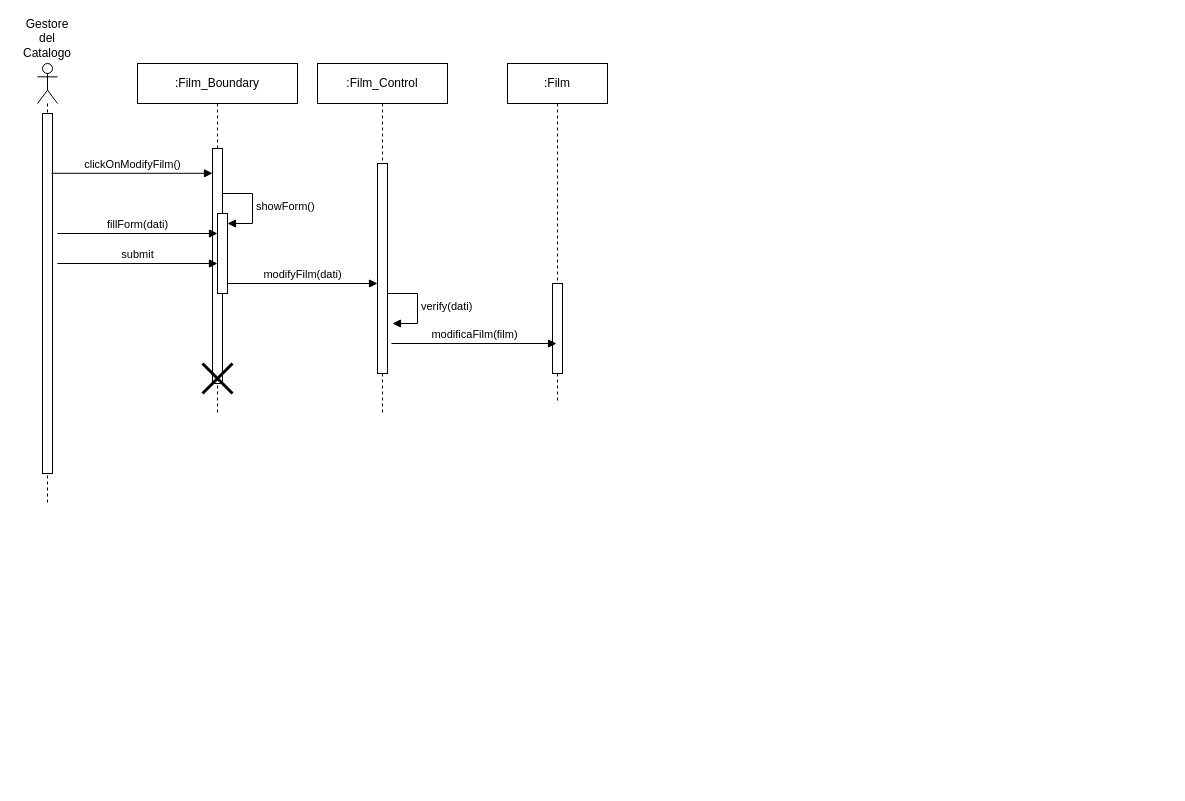
The draw.io diagram New Diagrams/Sequence Diagrams/UC22- Modifica di un film del catalogo.drawio in superfra01/Rated, before the edit. Source tidied: cells renumbered, new cells numbered last; positions are measured from the earlier drawing's top-left corner, leaving out a move shared by most shapes. Both pictures are drawn from the tidied source at 100%, with x=0, y=0 at pixel (17, 23).
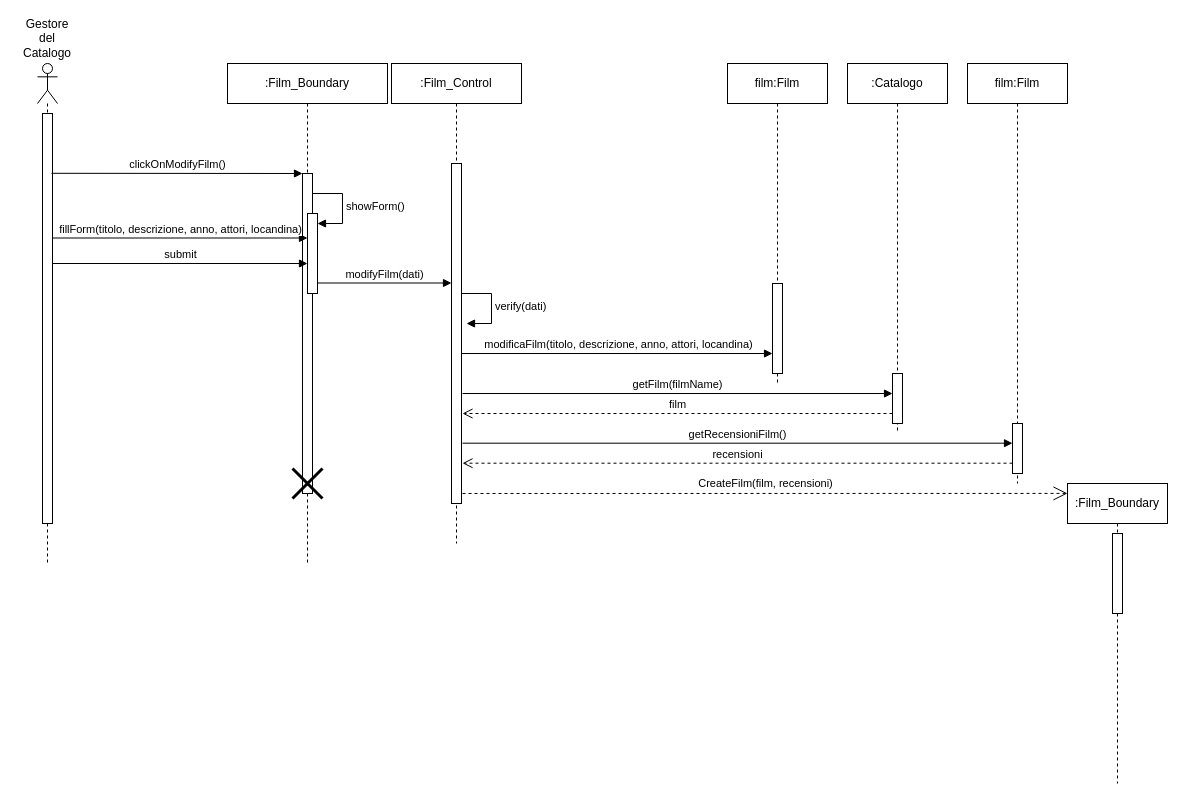
Above is the later version.

The change refers to these unchanged cells:
```xml
<mxCell id="8" style="html=1;points=[[0,0,0,0,5],[0,1,0,0,-5],[1,0,0,0,5],[1,1,0,0,-5]];perimeter=orthogonalPerimeter;outlineConnect=0;targetShapes=umlLifeline;portConstraint=eastwest;newEdgeStyle={&quot;curved&quot;:0,&quot;rounded&quot;:0};" parent="6" vertex="1">
  <mxGeometry x="80" y="150" width="10" height="80" as="geometry" />
</mxCell>
```

Change to the diagram source:
```diff
@@
     <mxCell id="2" style="shape=umlLifeline;perimeter=lifelinePerimeter;whiteSpace=wrap;html=1;newEdgeStyle={&quot;curved&quot;:0,&quot;rounded&quot;:0};participant=umlActor;" parent="1" vertex="1">
-      <mxGeometry x="20" y="40" width="20" height="440" as="geometry" />
+      <mxGeometry x="20" y="40" width="20" height="500" as="geometry" />
     </mxCell>
     <mxCell id="3" style="html=1;points=[[0,0,0,0,5],[0,1,0,0,-5],[1,0,0,0,5],[1,1,0,0,-5]];perimeter=orthogonalPerimeter;outlineConnect=0;targetShapes=umlLifeline;portConstraint=eastwest;newEdgeStyle={&quot;curved&quot;:0,&quot;rounded&quot;:0};" parent="2" vertex="1">
-      <mxGeometry x="5" y="50" width="10" height="360" as="geometry" />
+      <mxGeometry x="5" y="50" width="10" height="410" as="geometry" />
     </mxCell>
@@
     <mxCell id="6" value=":Film_Boundary" style="shape=umlLifeline;perimeter=lifelinePerimeter;whiteSpace=wrap;html=1;newEdgeStyle={&quot;curved&quot;:0,&quot;rounded&quot;:0};" parent="1" vertex="1">
-      <mxGeometry x="120" y="40" width="160" height="350" as="geometry" />
+      <mxGeometry x="210" y="40" width="160" height="500" as="geometry" />
     </mxCell>
     <mxCell id="7" style="html=1;points=[[0,0,0,0,5],[0,1,0,0,-5],[1,0,0,0,5],[1,1,0,0,-5]];perimeter=orthogonalPerimeter;outlineConnect=0;targetShapes=umlLifeline;portConstraint=eastwest;newEdgeStyle={&quot;curved&quot;:0,&quot;rounded&quot;:0};" parent="6" vertex="1">
-      <mxGeometry x="75" y="85" width="10" height="235" as="geometry" />
+      <mxGeometry x="75" y="110" width="10" height="320" as="geometry" />
     </mxCell>
@@
+    <mxCell id="16" style="shape=umlDestroy;whiteSpace=wrap;html=1;strokeWidth=3;targetShapes=umlLifeline;" parent="6" vertex="1">
+      <mxGeometry x="65" y="405" width="30" height="30" as="geometry" />
+    </mxCell>
     <mxCell id="10" value=":Film_Control" style="shape=umlLifeline;perimeter=lifelinePerimeter;whiteSpace=wrap;html=1;newEdgeStyle={&quot;curved&quot;:0,&quot;rounded&quot;:0};" parent="1" vertex="1">
-      <mxGeometry x="300" y="40" width="130" height="350" as="geometry" />
+      <mxGeometry x="374" y="40" width="130" height="480" as="geometry" />
     </mxCell>
     <mxCell id="11" style="html=1;points=[[0,0,0,0,5],[0,1,0,0,-5],[1,0,0,0,5],[1,1,0,0,-5]];perimeter=orthogonalPerimeter;outlineConnect=0;targetShapes=umlLifeline;portConstraint=eastwest;newEdgeStyle={&quot;curved&quot;:0,&quot;rounded&quot;:0};" parent="10" vertex="1">
-      <mxGeometry x="60" y="100" width="10" height="210" as="geometry" />
+      <mxGeometry x="60" y="100" width="10" height="340" as="geometry" />
     </mxCell>
@@
-    <mxCell id="13" value=":Film" style="shape=umlLifeline;perimeter=lifelinePerimeter;whiteSpace=wrap;html=1;newEdgeStyle={&quot;curved&quot;:0,&quot;rounded&quot;:0};" parent="1" vertex="1">
-      <mxGeometry x="490" y="40" width="100" height="340" as="geometry" />
+    <mxCell id="13" value="film:Film" style="shape=umlLifeline;perimeter=lifelinePerimeter;whiteSpace=wrap;html=1;newEdgeStyle={&quot;curved&quot;:0,&quot;rounded&quot;:0};" parent="1" vertex="1">
+      <mxGeometry x="710" y="40" width="100" height="320" as="geometry" />
     </mxCell>
@@
-    <mxCell id="15" value="fillForm(dati)" style="html=1;verticalAlign=bottom;endArrow=block;curved=0;rounded=0;" parent="1" edge="1" target="8">
+    <mxCell id="15" value="fillForm(titolo, descrizione, anno, attori, locandina)" style="html=1;verticalAlign=bottom;endArrow=block;curved=0;rounded=0;" parent="1" edge="1" source="3">
       <mxGeometry relative="1" as="geometry">
-        <mxPoint x="40" y="210" as="sourcePoint" />
+        <mxPoint x="290" y="214.5" as="targetPoint" />
       </mxGeometry>
     </mxCell>
-    <mxCell id="16" style="shape=umlDestroy;whiteSpace=wrap;html=1;strokeWidth=3;targetShapes=umlLifeline;" parent="1" vertex="1">
-      <mxGeometry x="185" y="340" width="30" height="30" as="geometry" />
-    </mxCell>
-    <mxCell id="17" value="modifyFilm(dati)" style="html=1;verticalAlign=bottom;endArrow=block;curved=0;rounded=0;" parent="1" edge="1" target="11">
+    <mxCell id="17" value="modifyFilm(dati)" style="html=1;verticalAlign=bottom;endArrow=block;curved=0;rounded=0;" parent="1" edge="1" source="8">
       <mxGeometry relative="1" as="geometry">
-        <mxPoint x="210" y="260" as="sourcePoint" />
+        <mxPoint x="434" y="259.5" as="targetPoint" />
       </mxGeometry>
     </mxCell>
-    <mxCell id="18" value="modificaFilm(film)" style="html=1;verticalAlign=bottom;endArrow=block;curved=0;rounded=0;" parent="1" edge="1">
+    <mxCell id="18" value="modificaFilm(titolo, descrizione, anno, attori, locandina)" style="html=1;verticalAlign=bottom;endArrow=block;curved=0;rounded=0;" parent="1" edge="1">
       <mxGeometry x="0.01" relative="1" as="geometry">
-        <mxPoint x="374" y="320" as="sourcePoint" />
-        <mxPoint x="539" y="320" as="targetPoint" />
+        <mxPoint x="444" y="330" as="sourcePoint" />
+        <mxPoint x="755" y="330" as="targetPoint" />
       </mxGeometry>
     </mxCell>
     <mxCell id="19" value="submit" style="html=1;verticalAlign=bottom;endArrow=block;curved=0;rounded=0;" parent="1" edge="1">
       <mxGeometry relative="1" as="geometry">
-        <mxPoint x="40" y="240" as="sourcePoint" />
-        <mxPoint x="200" y="240" as="targetPoint" />
+        <mxPoint x="35" y="240" as="sourcePoint" />
+        <mxPoint x="290" y="240" as="targetPoint" />
       </mxGeometry>
     </mxCell>
+    <mxCell id="20" value="film:Film" style="shape=umlLifeline;perimeter=lifelinePerimeter;whiteSpace=wrap;html=1;newEdgeStyle={&quot;curved&quot;:0,&quot;rounded&quot;:0};" parent="1" vertex="1">
+      <mxGeometry x="950" y="40" width="100" height="420" as="geometry" />
+    </mxCell>
+    <mxCell id="21" style="html=1;points=[[0,0,0,0,5],[0,1,0,0,-5],[1,0,0,0,5],[1,1,0,0,-5]];perimeter=orthogonalPerimeter;outlineConnect=0;targetShapes=umlLifeline;portConstraint=eastwest;newEdgeStyle={&quot;curved&quot;:0,&quot;rounded&quot;:0};" parent="20" vertex="1">
+      <mxGeometry x="45" y="360" width="10" height="50" as="geometry" />
+    </mxCell>
+    <mxCell id="22" value=":Catalogo" style="shape=umlLifeline;perimeter=lifelinePerimeter;whiteSpace=wrap;html=1;newEdgeStyle={&quot;curved&quot;:0,&quot;rounded&quot;:0};" parent="1" vertex="1">
+      <mxGeometry x="830" y="40" width="100" height="370" as="geometry" />
+    </mxCell>
+    <mxCell id="23" style="html=1;points=[[0,0,0,0,5],[0,1,0,0,-5],[1,0,0,0,5],[1,1,0,0,-5]];perimeter=orthogonalPerimeter;outlineConnect=0;targetShapes=umlLifeline;portConstraint=eastwest;newEdgeStyle={&quot;curved&quot;:0,&quot;rounded&quot;:0};" parent="22" vertex="1">
+      <mxGeometry x="45" y="310" width="10" height="50" as="geometry" />
+    </mxCell>
+    <mxCell id="24" value="getFilm(filmName)" style="html=1;verticalAlign=bottom;endArrow=block;curved=0;rounded=0;" parent="1" edge="1" target="23">
+      <mxGeometry relative="1" as="geometry">
+        <mxPoint x="445" y="370" as="sourcePoint" />
+      </mxGeometry>
+    </mxCell>
+    <mxCell id="25" value="film" style="html=1;verticalAlign=bottom;endArrow=open;dashed=1;endSize=8;curved=0;rounded=0;" parent="1" edge="1" source="23">
+      <mxGeometry relative="1" as="geometry">
+        <mxPoint x="445" y="390" as="targetPoint" />
+      </mxGeometry>
+    </mxCell>
+    <mxCell id="26" value="getRecensioniFilm()" style="html=1;verticalAlign=bottom;endArrow=block;curved=0;rounded=0;" parent="1" edge="1" target="21">
+      <mxGeometry relative="1" as="geometry">
+        <mxPoint x="445" y="419.7" as="sourcePoint" />
+      </mxGeometry>
+    </mxCell>
+    <mxCell id="27" value="recensioni" style="html=1;verticalAlign=bottom;endArrow=open;dashed=1;endSize=8;curved=0;rounded=0;" parent="1" edge="1" source="21">
+      <mxGeometry relative="1" as="geometry">
+        <mxPoint x="445" y="439.7" as="targetPoint" />
+      </mxGeometry>
+    </mxCell>
+    <mxCell id="28" value=":Film_Boundary" style="shape=umlLifeline;perimeter=lifelinePerimeter;whiteSpace=wrap;html=1;outlineConnect=0;portConstraint=eastwest;newEdgeStyle={&quot;curved&quot;:0,&quot;rounded&quot;:0};" parent="1" vertex="1">
+      <mxGeometry x="1050" y="460" width="100" height="300" as="geometry" />
+    </mxCell>
+    <mxCell id="29" style="html=1;perimeter=orthogonalPerimeter;targetShapes=umlLifeline;newEdgeStyle={&quot;curved&quot;:0,&quot;rounded&quot;:0};" parent="28" vertex="1">
+      <mxGeometry x="45" y="50" width="10" height="80" as="geometry" />
+    </mxCell>
+    <mxCell id="30" value="CreateFilm(film, recensioni)" style="endArrow=open;endSize=12;dashed=1;html=1;rounded=0;entryX=0;entryY=0.033;entryDx=0;entryDy=0;entryPerimeter=0;" parent="1" edge="1" target="28">
+      <mxGeometry y="10" relative="1" as="geometry">
+        <mxPoint x="445" y="470" as="sourcePoint" />
+      </mxGeometry>
+    </mxCell>
```
